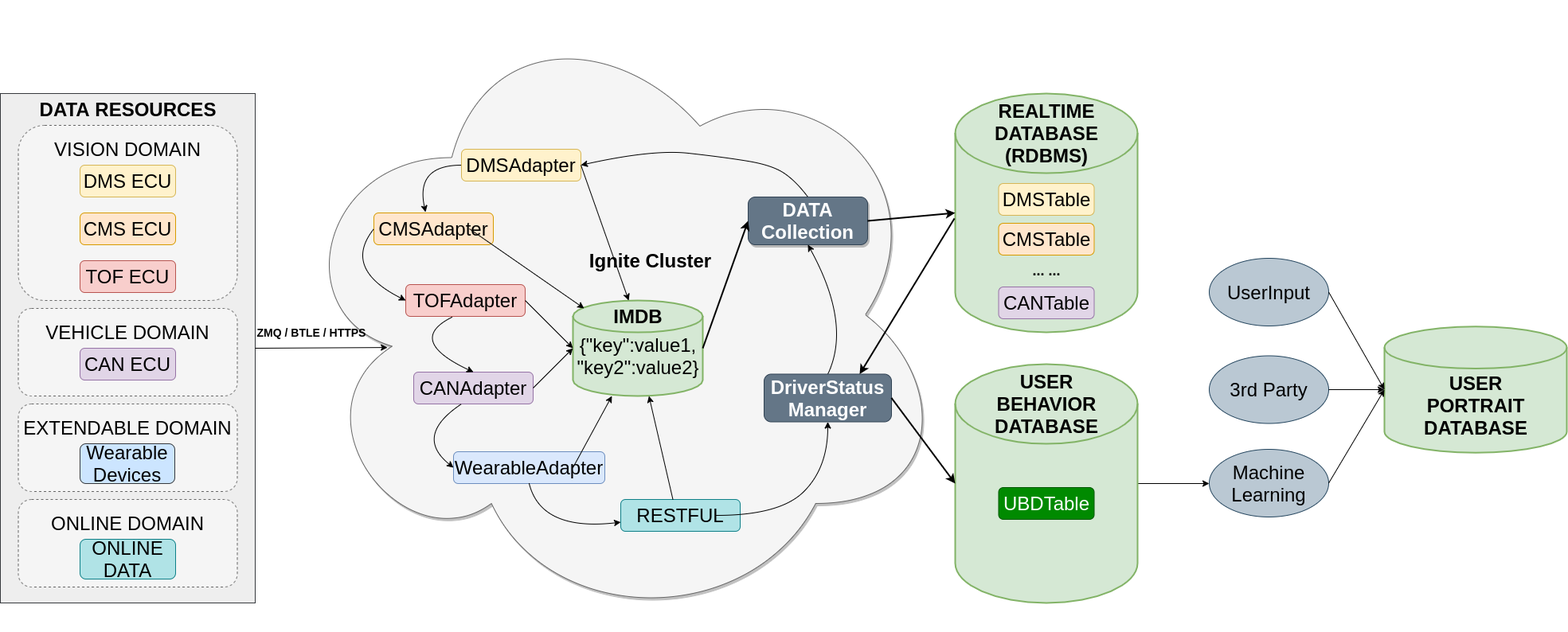
This is FlowCharts/Patent_data_module.png from rangerzhou/ImageHosting, a draw.io export, as it was before one commit. Source tidied: cells renumbered, new cells last; positions are measured from the earlier drawing's top-left corner, leaving out a move shared by most shapes.
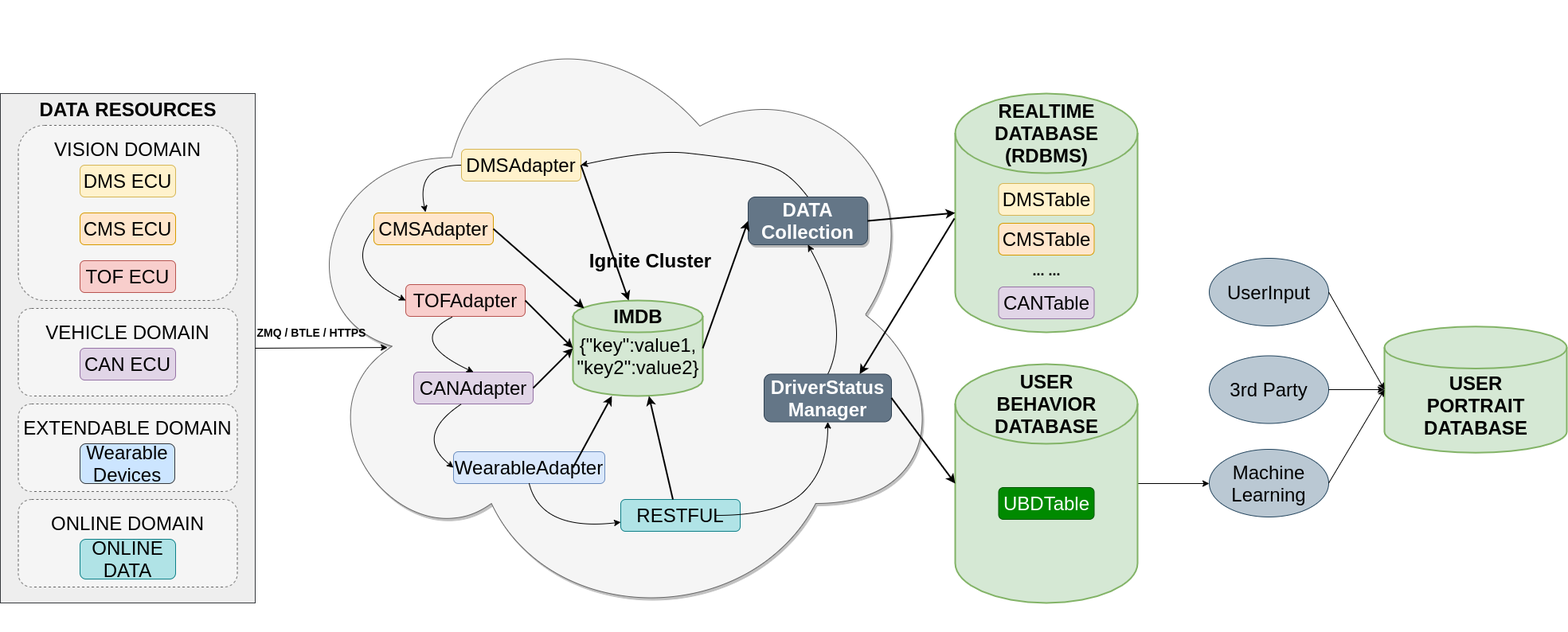
After the commit.

What changed in the source:
```diff
@@ -88,7 +88,7 @@
     <mxCell id="29" value="&lt;font style=&quot;font-size: 24px&quot;&gt;WearableAdapter&lt;/font&gt;" style="rounded=1;whiteSpace=wrap;html=1;fillColor=#dae8fc;strokeColor=#6c8ebf;" parent="1" vertex="1">
       <mxGeometry x="569" y="567" width="190" height="40" as="geometry" />
     </mxCell>
-    <mxCell id="30" style="endArrow=classic;html=1;exitX=1;exitY=0.5;exitDx=0;exitDy=0;" parent="1" edge="1" source="19">
+    <mxCell id="30" style="endArrow=classic;html=1;exitX=1;exitY=0.5;exitDx=0;exitDy=0;strokeWidth=2;" parent="1" edge="1" source="19">
       <mxGeometry relative="1" as="geometry">
         <mxPoint x="789" y="377" as="targetPoint" />
       </mxGeometry>
@@ -96,23 +96,21 @@
     <mxCell id="31" value="Ignite Cluster" style="text;strokeColor=none;fillColor=none;html=1;fontSize=24;fontStyle=1;verticalAlign=middle;align=center;shadow=1;" parent="1" vertex="1">
       <mxGeometry x="766" y="307" width="100" height="40" as="geometry" />
     </mxCell>
-    <mxCell id="32" style="endArrow=classic;html=1;exitX=1;exitY=0.5;exitDx=0;exitDy=0;entryX=0;entryY=0.5;entryDx=0;entryDy=0;entryPerimeter=0;" parent="1" edge="1" source="28" target="23">
+    <mxCell id="32" style="endArrow=classic;html=1;exitX=1;exitY=0.5;exitDx=0;exitDy=0;entryX=0;entryY=0.5;entryDx=0;entryDy=0;entryPerimeter=0;strokeWidth=2;" parent="1" edge="1" source="28" target="23">
       <mxGeometry relative="1" as="geometry" />
     </mxCell>
-    <mxCell id="33" style="endArrow=classic;html=1;exitX=1;exitY=0.5;exitDx=0;exitDy=0;entryX=0;entryY=0.5;entryDx=0;entryDy=0;entryPerimeter=0;" parent="1" edge="1" source="27" target="23">
+    <mxCell id="33" style="endArrow=classic;html=1;exitX=1;exitY=0.5;exitDx=0;exitDy=0;entryX=0;entryY=0.5;entryDx=0;entryDy=0;entryPerimeter=0;strokeWidth=2;" parent="1" edge="1" source="27" target="23">
       <mxGeometry relative="1" as="geometry" />
     </mxCell>
-    <mxCell id="34" style="endArrow=classic;html=1;exitX=1;exitY=0.5;exitDx=0;exitDy=0;entryX=0.086;entryY=0.083;entryDx=0;entryDy=0;entryPerimeter=0;" parent="1" edge="1" target="23">
-      <mxGeometry relative="1" as="geometry">
-        <mxPoint x="589" y="287" as="sourcePoint" />
-      </mxGeometry>
+    <mxCell id="34" style="endArrow=classic;html=1;exitX=1;exitY=0.5;exitDx=0;exitDy=0;entryX=0.086;entryY=0.083;entryDx=0;entryDy=0;entryPerimeter=0;strokeWidth=2;" parent="1" edge="1" source="26" target="23">
+      <mxGeometry relative="1" as="geometry" />
     </mxCell>
-    <mxCell id="35" style="endArrow=classic;html=1;exitX=1;exitY=0.5;exitDx=0;exitDy=0;" parent="1" edge="1" target="23">
+    <mxCell id="35" style="endArrow=classic;html=1;exitX=1;exitY=0.5;exitDx=0;exitDy=0;strokeWidth=2;" parent="1" edge="1" target="23">
       <mxGeometry relative="1" as="geometry">
         <mxPoint x="719" y="587" as="sourcePoint" />
       </mxGeometry>
     </mxCell>
-    <mxCell id="36" style="endArrow=classic;html=1;exitX=1;exitY=0.5;exitDx=0;exitDy=0;" parent="1" edge="1" target="23">
+    <mxCell id="36" style="endArrow=classic;html=1;exitX=1;exitY=0.5;exitDx=0;exitDy=0;strokeWidth=2;" parent="1" edge="1" target="23">
       <mxGeometry relative="1" as="geometry">
         <mxPoint x="844.5" y="627" as="sourcePoint" />
       </mxGeometry>
```
